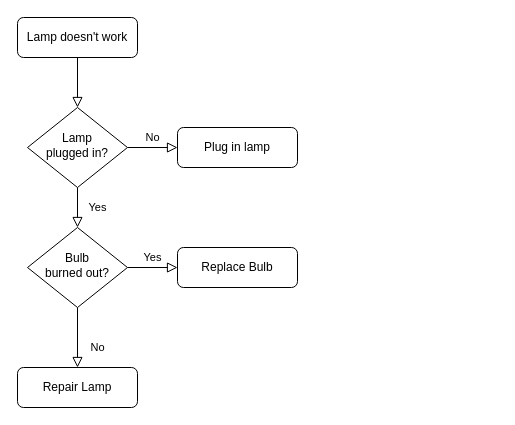
Before: Untitled Diagram.drawio in toddabraham/notes, a draw.io diagram. Source tidied: cells renumbered, new cells numbered last; positions are measured from the earlier drawing's top-left corner, leaving out a move shared by most shapes. Both pictures are drawn from the tidied source at 100%, with x=0, y=0 at pixel (17, 17).
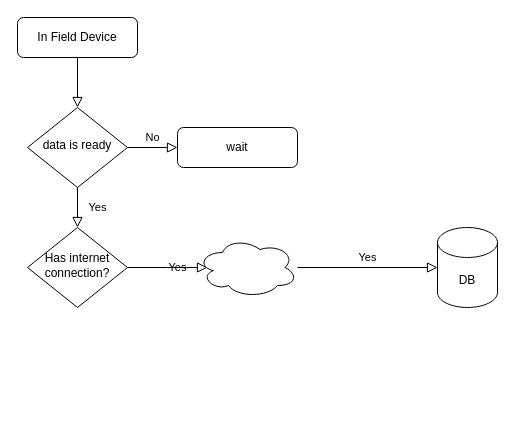
After the change.

What changed in the source:
```diff
@@
 <mxGraphModel>
   <root>
     <mxCell id="0" />
     <mxCell id="1" parent="0" />
     <mxCell id="2" style="rounded=0;html=1;jettySize=auto;fontSize=11;endArrow=block;endFill=0;endSize=8;strokeWidth=1;shadow=0;labelBackgroundColor=none;edgeStyle=orthogonalEdgeStyle;" parent="1" edge="1" source="3" target="6">
       <mxGeometry relative="1" as="geometry" />
     </mxCell>
-    <mxCell id="3" value="Lamp doesn't work" style="rounded=1;whiteSpace=wrap;html=1;fontSize=12;glass=0;strokeWidth=1;shadow=0;" parent="1" vertex="1">
+    <mxCell id="3" value="In Field Device" style="rounded=1;whiteSpace=wrap;html=1;fontSize=12;glass=0;strokeWidth=1;shadow=0;" parent="1" vertex="1">
       <mxGeometry width="120" height="40" as="geometry" />
     </mxCell>
     <mxCell id="4" value="Yes" style="rounded=0;html=1;jettySize=auto;fontSize=11;endArrow=block;endFill=0;endSize=8;strokeWidth=1;shadow=0;labelBackgroundColor=none;edgeStyle=orthogonalEdgeStyle;" parent="1" edge="1" source="6" target="10">
       <mxGeometry y="20" relative="1" as="geometry" />
     </mxCell>
     <mxCell id="5" value="No" style="edgeStyle=orthogonalEdgeStyle;rounded=0;html=1;jettySize=auto;fontSize=11;endArrow=block;endFill=0;endSize=8;strokeWidth=1;shadow=0;labelBackgroundColor=none;" parent="1" edge="1" source="6" target="7">
       <mxGeometry y="10" relative="1" as="geometry" />
     </mxCell>
-    <mxCell id="6" value="Lamp&lt;br&gt;plugged in?" style="rhombus;whiteSpace=wrap;html=1;shadow=0;fontFamily=Helvetica;fontSize=12;align=center;strokeWidth=1;spacing=6;spacingTop=-4;" parent="1" vertex="1">
+    <mxCell id="6" value="data is ready" style="rhombus;whiteSpace=wrap;html=1;shadow=0;fontFamily=Helvetica;fontSize=12;align=center;strokeWidth=1;spacing=6;spacingTop=-4;" parent="1" vertex="1">
       <mxGeometry x="10" y="90" width="100" height="80" as="geometry" />
     </mxCell>
-    <mxCell id="7" value="Plug in lamp" style="rounded=1;whiteSpace=wrap;html=1;fontSize=12;glass=0;strokeWidth=1;shadow=0;" parent="1" vertex="1">
+    <mxCell id="7" value="wait" style="rounded=1;whiteSpace=wrap;html=1;fontSize=12;glass=0;strokeWidth=1;shadow=0;" parent="1" vertex="1">
       <mxGeometry x="160" y="110" width="120" height="40" as="geometry" />
     </mxCell>
-    <mxCell id="8" value="No" style="rounded=0;html=1;jettySize=auto;fontSize=11;endArrow=block;endFill=0;endSize=8;strokeWidth=1;shadow=0;labelBackgroundColor=none;edgeStyle=orthogonalEdgeStyle;" parent="1" edge="1" source="10" target="11">
-      <mxGeometry x="0.33" y="20" relative="1" as="geometry" />
-    </mxCell>
-    <mxCell id="9" value="Yes" style="edgeStyle=orthogonalEdgeStyle;rounded=0;html=1;jettySize=auto;fontSize=11;endArrow=block;endFill=0;endSize=8;strokeWidth=1;shadow=0;labelBackgroundColor=none;" parent="1" edge="1" source="10" target="12">
-      <mxGeometry y="10" relative="1" as="geometry" />
+    <mxCell id="9" value="Yes" style="edgeStyle=orthogonalEdgeStyle;rounded=0;html=1;jettySize=auto;fontSize=11;endArrow=block;endFill=0;endSize=8;strokeWidth=1;shadow=0;labelBackgroundColor=none;" parent="1" edge="1" source="10">
+      <mxGeometry y="10" relative="1" as="geometry">
+        <mxPoint x="190" y="250" as="targetPoint" />
+      </mxGeometry>
     </mxCell>
-    <mxCell id="10" value="Bulb&lt;br&gt;burned out?" style="rhombus;whiteSpace=wrap;html=1;shadow=0;fontFamily=Helvetica;fontSize=12;align=center;strokeWidth=1;spacing=6;spacingTop=-4;" parent="1" vertex="1">
+    <mxCell id="10" value="Has internet connection?" style="rhombus;whiteSpace=wrap;html=1;shadow=0;fontFamily=Helvetica;fontSize=12;align=center;strokeWidth=1;spacing=6;spacingTop=-4;" parent="1" vertex="1">
       <mxGeometry x="10" y="210" width="100" height="80" as="geometry" />
     </mxCell>
-    <mxCell id="11" value="Repair Lamp" style="rounded=1;whiteSpace=wrap;html=1;fontSize=12;glass=0;strokeWidth=1;shadow=0;" parent="1" vertex="1">
-      <mxGeometry y="350" width="120" height="40" as="geometry" />
-    </mxCell>
-    <mxCell id="12" value="Replace Bulb" style="rounded=1;whiteSpace=wrap;html=1;fontSize=12;glass=0;strokeWidth=1;shadow=0;" parent="1" vertex="1">
-      <mxGeometry x="160" y="230" width="120" height="40" as="geometry" />
-    </mxCell>
+    <mxCell id="13" style="ellipse;shape=cloud;whiteSpace=wrap;html=1;" parent="1" vertex="1">
+      <mxGeometry x="180" y="220" width="100" height="60" as="geometry" />
+    </mxCell>
+    <mxCell id="14" value="Yes" style="edgeStyle=orthogonalEdgeStyle;rounded=0;html=1;jettySize=auto;orthogonalLoop=1;fontSize=11;endArrow=block;endFill=0;endSize=8;strokeWidth=1;shadow=0;labelBackgroundColor=none;entryX=0;entryY=0.5;entryDx=0;entryDy=0;" parent="1" edge="1">
+      <mxGeometry y="10" relative="1" as="geometry">
+        <mxPoint x="280" y="250" as="sourcePoint" />
+        <mxPoint x="420" y="250" as="targetPoint" />
+      </mxGeometry>
+    </mxCell>
+    <mxCell id="15" value="DB" style="shape=cylinder3;whiteSpace=wrap;html=1;boundedLbl=1;backgroundOutline=1;size=15;" parent="1" vertex="1">
+      <mxGeometry x="420" y="210" width="60" height="80" as="geometry" />
+    </mxCell>
   </root>
 </mxGraphModel>
```
